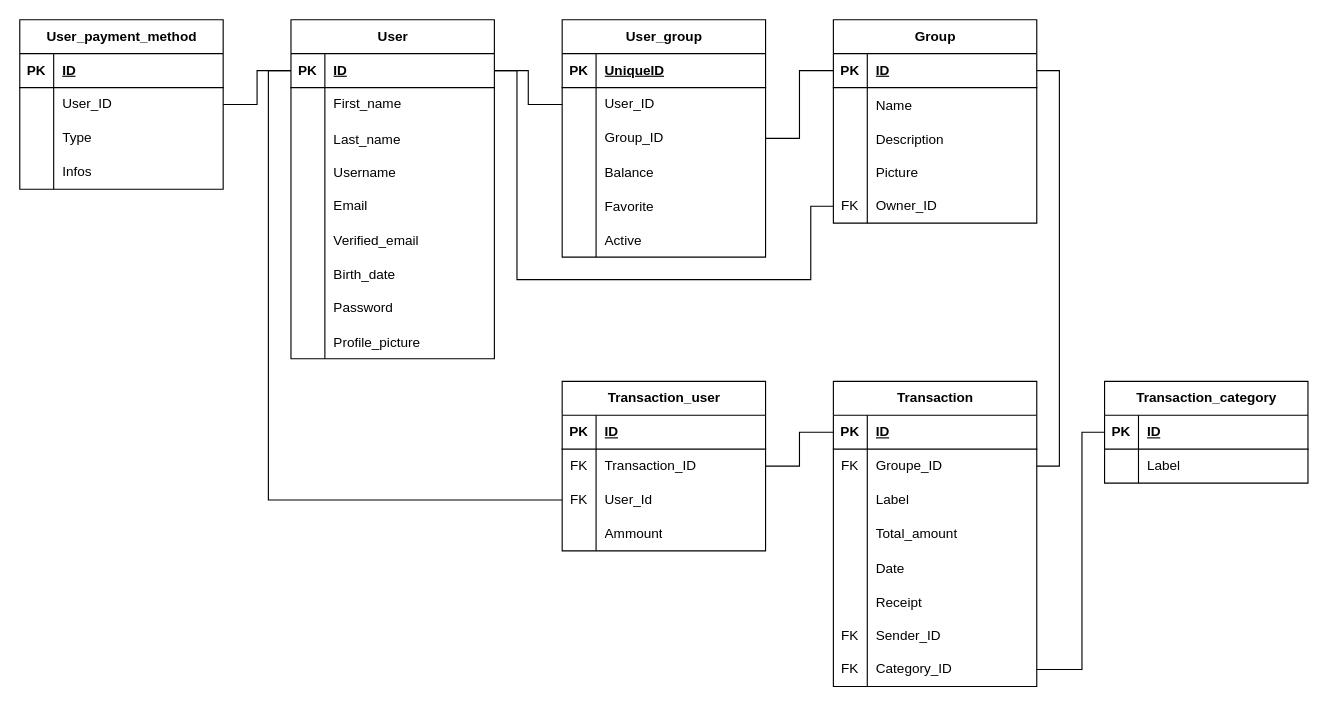
Before: Other/Diagramme_BDD.drawio in Titan327/3PROJ, a draw.io diagram. Source tidied: cells renumbered, new cells numbered last; positions are measured from the earlier drawing's top-left corner, leaving out a move shared by most shapes. Both pictures are drawn from the tidied source at 113%, with x=0, y=0 at pixel (19, 19).
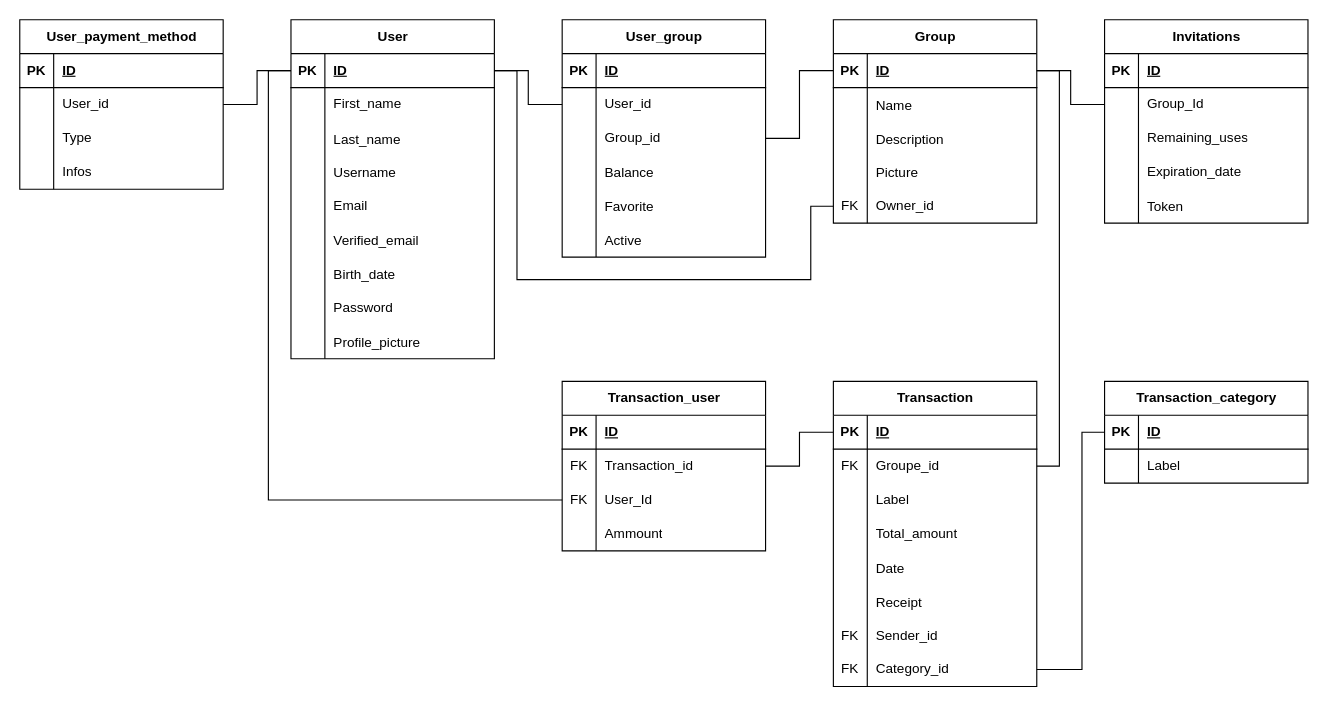
After the change.

Unchanged cells that the change refers to:
```xml
<mxCell id="31" style="shape=tableRow;horizontal=0;startSize=0;swimlaneHead=0;swimlaneBody=0;fillColor=none;points=[[0,0.5],[1,0.5]];portConstraint=eastwest;top=0;left=0;right=0;bottom=1;" parent="30" vertex="1">
  <mxGeometry y="30" width="180" height="30" as="geometry" />
</mxCell>
<mxCell id="43" style="shape=tableRow;horizontal=0;startSize=0;swimlaneHead=0;swimlaneBody=0;fillColor=none;points=[[0,0.5],[1,0.5]];portConstraint=eastwest;top=0;left=0;right=0;bottom=0;" parent="30" vertex="1">
  <mxGeometry y="150" width="180" height="30" as="geometry" />
</mxCell>
<mxCell id="50" style="shape=tableRow;horizontal=0;startSize=0;swimlaneHead=0;swimlaneBody=0;fillColor=none;points=[[0,0.5],[1,0.5]];portConstraint=eastwest;top=0;left=0;right=0;bottom=0;" parent="46" vertex="1">
  <mxGeometry y="60" width="180" height="30" as="geometry" />
</mxCell>
<mxCell id="65" style="shape=tableRow;horizontal=0;startSize=0;swimlaneHead=0;swimlaneBody=0;fillColor=none;top=0;left=0;right=0;bottom=0;" parent="46" vertex="1">
  <mxGeometry y="210" width="180" height="30" as="geometry" />
</mxCell>
<mxCell id="68" style="shape=tableRow;horizontal=0;startSize=0;swimlaneHead=0;swimlaneBody=0;fillColor=none;points=[[0,0.5],[1,0.5]];portConstraint=eastwest;top=0;left=0;right=0;bottom=0;" parent="46" vertex="1">
  <mxGeometry y="240" width="180" height="30" as="geometry" />
</mxCell>
<mxCell id="79" style="shape=tableRow;horizontal=0;startSize=0;swimlaneHead=0;swimlaneBody=0;fillColor=none;top=0;left=0;right=0;bottom=1;" parent="78" vertex="1">
  <mxGeometry y="30" width="180" height="30" as="geometry" />
</mxCell>
<mxCell id="82" style="shape=tableRow;horizontal=0;startSize=0;swimlaneHead=0;swimlaneBody=0;fillColor=none;points=[[0,0.5],[1,0.5]];portConstraint=eastwest;top=0;left=0;right=0;bottom=0;" parent="78" vertex="1">
  <mxGeometry y="60" width="180" height="30" as="geometry" />
</mxCell>
<mxCell id="85" style="shape=tableRow;horizontal=0;startSize=0;swimlaneHead=0;swimlaneBody=0;fillColor=none;points=[[0,0.5],[1,0.5]];portConstraint=eastwest;top=0;left=0;right=0;bottom=0;" parent="78" vertex="1">
  <mxGeometry y="90" width="180" height="30" as="geometry" />
</mxCell>
<mxCell id="105" style="shape=tableRow;horizontal=0;startSize=0;swimlaneHead=0;swimlaneBody=0;fillColor=none;points=[[0,0.5],[1,0.5]];portConstraint=eastwest;top=0;left=0;right=0;bottom=0;" parent="101" vertex="1">
  <mxGeometry y="60" width="180" height="30" as="geometry" />
</mxCell>
<mxCell id="121" style="shape=tableRow;horizontal=0;startSize=0;swimlaneHead=0;swimlaneBody=0;fillColor=none;points=[[0,0.5],[1,0.5]];portConstraint=eastwest;top=0;left=0;right=0;bottom=0;" parent="117" vertex="1">
  <mxGeometry y="60" width="180" height="30" as="geometry" />
</mxCell>
```

The edit, as a diff of the source:
```diff
@@
-    <mxCell id="45" value="Owner_ID" style="shape=partialRectangle;fillColor=none;top=0;left=0;bottom=0;right=0;align=left;spacingLeft=6;fontStyle=0;overflow=hidden;whiteSpace=wrap;html=1;" parent="43" vertex="1">
+    <mxCell id="45" value="Owner_id" style="shape=partialRectangle;fillColor=none;top=0;left=0;bottom=0;right=0;align=left;spacingLeft=6;fontStyle=0;overflow=hidden;whiteSpace=wrap;html=1;" parent="43" vertex="1">
       <mxGeometry x="30" width="150" height="30" as="geometry" />
     </mxCell>
@@
-    <mxCell id="52" value="Groupe_ID" style="shape=partialRectangle;fillColor=none;top=0;left=0;bottom=0;right=0;align=left;spacingLeft=6;fontStyle=0;overflow=hidden;whiteSpace=wrap;html=1;" parent="50" vertex="1">
+    <mxCell id="52" value="Groupe_id" style="shape=partialRectangle;fillColor=none;top=0;left=0;bottom=0;right=0;align=left;spacingLeft=6;fontStyle=0;overflow=hidden;whiteSpace=wrap;html=1;" parent="50" vertex="1">
       <mxGeometry x="30" width="150" height="30" as="geometry" />
     </mxCell>
@@
-    <mxCell id="67" value="Sender_ID" style="shape=partialRectangle;fillColor=none;top=0;left=0;bottom=0;right=0;align=left;spacingLeft=6;fontStyle=0;overflow=hidden;whiteSpace=wrap;html=1;" parent="65" vertex="1">
+    <mxCell id="67" value="Sender_id" style="shape=partialRectangle;fillColor=none;top=0;left=0;bottom=0;right=0;align=left;spacingLeft=6;fontStyle=0;overflow=hidden;whiteSpace=wrap;html=1;" parent="65" vertex="1">
       <mxGeometry x="30" width="150" height="30" as="geometry" />
     </mxCell>
@@
-    <mxCell id="70" value="Category_ID" style="shape=partialRectangle;fillColor=none;top=0;left=0;bottom=0;right=0;align=left;spacingLeft=6;fontStyle=0;overflow=hidden;whiteSpace=wrap;html=1;" parent="68" vertex="1">
+    <mxCell id="70" value="Category_id" style="shape=partialRectangle;fillColor=none;top=0;left=0;bottom=0;right=0;align=left;spacingLeft=6;fontStyle=0;overflow=hidden;whiteSpace=wrap;html=1;" parent="68" vertex="1">
       <mxGeometry x="30" width="150" height="30" as="geometry" />
     </mxCell>
@@
-    <mxCell id="81" value="UniqueID" style="shape=partialRectangle;fillColor=none;top=0;left=0;bottom=0;right=0;align=left;spacingLeft=6;fontStyle=5;overflow=hidden;whiteSpace=wrap;html=1;" parent="79" vertex="1">
+    <mxCell id="81" value="ID" style="shape=partialRectangle;fillColor=none;top=0;left=0;bottom=0;right=0;align=left;spacingLeft=6;fontStyle=5;overflow=hidden;whiteSpace=wrap;html=1;" parent="79" vertex="1">
       <mxGeometry x="30" width="150" height="30" as="geometry" />
     </mxCell>
@@
-    <mxCell id="84" value="User_ID" style="shape=partialRectangle;fillColor=none;top=0;left=0;bottom=0;right=0;align=left;spacingLeft=6;overflow=hidden;whiteSpace=wrap;html=1;" parent="82" vertex="1">
+    <mxCell id="84" value="User_id" style="shape=partialRectangle;fillColor=none;top=0;left=0;bottom=0;right=0;align=left;spacingLeft=6;overflow=hidden;whiteSpace=wrap;html=1;" parent="82" vertex="1">
       <mxGeometry x="30" width="150" height="30" as="geometry" />
     </mxCell>
@@
-    <mxCell id="87" value="Group_ID" style="shape=partialRectangle;fillColor=none;top=0;left=0;bottom=0;right=0;align=left;spacingLeft=6;overflow=hidden;whiteSpace=wrap;html=1;" parent="85" vertex="1">
+    <mxCell id="87" value="Group_id" style="shape=partialRectangle;fillColor=none;top=0;left=0;bottom=0;right=0;align=left;spacingLeft=6;overflow=hidden;whiteSpace=wrap;html=1;" parent="85" vertex="1">
       <mxGeometry x="30" width="150" height="30" as="geometry" />
     </mxCell>
@@
-    <mxCell id="107" value="Transaction_ID" style="shape=partialRectangle;fillColor=none;top=0;left=0;bottom=0;right=0;align=left;spacingLeft=6;fontStyle=0;overflow=hidden;whiteSpace=wrap;html=1;" parent="105" vertex="1">
+    <mxCell id="107" value="Transaction_id" style="shape=partialRectangle;fillColor=none;top=0;left=0;bottom=0;right=0;align=left;spacingLeft=6;fontStyle=0;overflow=hidden;whiteSpace=wrap;html=1;" parent="105" vertex="1">
       <mxGeometry x="30" width="150" height="30" as="geometry" />
     </mxCell>
@@
-    <mxCell id="123" value="User_ID" style="shape=partialRectangle;fillColor=none;top=0;left=0;bottom=0;right=0;align=left;spacingLeft=6;overflow=hidden;whiteSpace=wrap;html=1;" parent="121" vertex="1">
+    <mxCell id="123" value="User_id" style="shape=partialRectangle;fillColor=none;top=0;left=0;bottom=0;right=0;align=left;spacingLeft=6;overflow=hidden;whiteSpace=wrap;html=1;" parent="121" vertex="1">
       <mxGeometry x="30" width="150" height="30" as="geometry" />
     </mxCell>
@@
+    <mxCell id="131" value="Invitations" style="shape=table;startSize=30;childLayout=tableLayout;rowLines=0;fontStyle=1;align=center;html=1;" parent="1" vertex="1">
+      <mxGeometry x="960" width="180" height="180" as="geometry" />
+    </mxCell>
+    <mxCell id="132" style="shape=tableRow;horizontal=0;startSize=0;swimlaneHead=0;swimlaneBody=0;fillColor=none;top=0;left=0;right=0;bottom=1;" parent="131" vertex="1">
+      <mxGeometry y="30" width="180" height="30" as="geometry" />
+    </mxCell>
+    <mxCell id="133" value="PK" style="shape=partialRectangle;fillColor=none;top=0;left=0;bottom=0;right=0;fontStyle=1;overflow=hidden;whiteSpace=wrap;html=1;" parent="132" vertex="1">
+      <mxGeometry width="30" height="30" as="geometry" />
+    </mxCell>
+    <mxCell id="134" value="ID" style="shape=partialRectangle;fillColor=none;top=0;left=0;bottom=0;right=0;align=left;spacingLeft=6;fontStyle=5;overflow=hidden;whiteSpace=wrap;html=1;" parent="132" vertex="1">
+      <mxGeometry x="30" width="150" height="30" as="geometry" />
+    </mxCell>
+    <mxCell id="135" style="shape=tableRow;horizontal=0;startSize=0;swimlaneHead=0;swimlaneBody=0;fillColor=none;points=[[0,0.5],[1,0.5]];portConstraint=eastwest;top=0;left=0;right=0;bottom=0;" parent="131" vertex="1">
+      <mxGeometry y="60" width="180" height="30" as="geometry" />
+    </mxCell>
+    <mxCell id="136" style="shape=partialRectangle;fillColor=none;top=0;left=0;bottom=0;right=0;overflow=hidden;whiteSpace=wrap;html=1;" parent="135" vertex="1">
+      <mxGeometry width="30" height="30" as="geometry" />
+    </mxCell>
+    <mxCell id="137" value="Group_Id" style="shape=partialRectangle;fillColor=none;top=0;left=0;bottom=0;right=0;align=left;spacingLeft=6;overflow=hidden;whiteSpace=wrap;html=1;" parent="135" vertex="1">
+      <mxGeometry x="30" width="150" height="30" as="geometry" />
+    </mxCell>
+    <mxCell id="138" style="shape=tableRow;horizontal=0;startSize=0;swimlaneHead=0;swimlaneBody=0;fillColor=none;top=0;left=0;right=0;bottom=0;" parent="131" vertex="1">
+      <mxGeometry y="90" width="180" height="30" as="geometry" />
+    </mxCell>
+    <mxCell id="139" style="shape=partialRectangle;fillColor=none;top=0;left=0;bottom=0;right=0;overflow=hidden;whiteSpace=wrap;html=1;" parent="138" vertex="1">
+      <mxGeometry width="30" height="30" as="geometry" />
+    </mxCell>
+    <mxCell id="140" value="Remaining_uses" style="shape=partialRectangle;fillColor=none;top=0;left=0;bottom=0;right=0;align=left;spacingLeft=6;overflow=hidden;whiteSpace=wrap;html=1;" parent="138" vertex="1">
+      <mxGeometry x="30" width="150" height="30" as="geometry" />
+    </mxCell>
+    <mxCell id="141" style="shape=tableRow;horizontal=0;startSize=0;swimlaneHead=0;swimlaneBody=0;fillColor=none;top=0;left=0;right=0;bottom=0;" parent="131" vertex="1">
+      <mxGeometry y="120" width="180" height="30" as="geometry" />
+    </mxCell>
+    <mxCell id="142" style="shape=partialRectangle;fillColor=none;top=0;left=0;bottom=0;right=0;overflow=hidden;whiteSpace=wrap;html=1;" parent="141" vertex="1">
+      <mxGeometry width="30" height="30" as="geometry" />
+    </mxCell>
+    <mxCell id="143" value="Expiration_date" style="shape=partialRectangle;fillColor=none;top=0;left=0;bottom=0;right=0;align=left;spacingLeft=6;overflow=hidden;whiteSpace=wrap;html=1;" parent="141" vertex="1">
+      <mxGeometry x="30" width="150" height="30" as="geometry" />
+    </mxCell>
+    <mxCell id="144" style="shape=tableRow;horizontal=0;startSize=0;swimlaneHead=0;swimlaneBody=0;fillColor=none;top=0;left=0;right=0;bottom=0;" parent="131" vertex="1">
+      <mxGeometry y="150" width="180" height="30" as="geometry" />
+    </mxCell>
+    <mxCell id="145" style="shape=partialRectangle;fillColor=none;top=0;left=0;bottom=0;right=0;overflow=hidden;" parent="144" vertex="1">
+      <mxGeometry width="30" height="30" as="geometry" />
+    </mxCell>
+    <mxCell id="146" value="Token" style="shape=partialRectangle;fillColor=none;top=0;left=0;bottom=0;right=0;align=left;spacingLeft=6;overflow=hidden;" parent="144" vertex="1">
+      <mxGeometry x="30" width="150" height="30" as="geometry" />
+    </mxCell>
+    <mxCell id="147" style="endArrow=none;html=1;rounded=0;exitX=1;exitY=0.5;exitDx=0;exitDy=0;entryX=0;entryY=0.5;entryDx=0;entryDy=0;edgeStyle=orthogonalEdgeStyle;" parent="1" edge="1" source="31" target="135">
+      <mxGeometry relative="1" as="geometry">
+        <Array as="points">
+          <mxPoint x="930" y="45" />
+          <mxPoint x="930" y="75" />
+        </Array>
+      </mxGeometry>
+    </mxCell>
```
